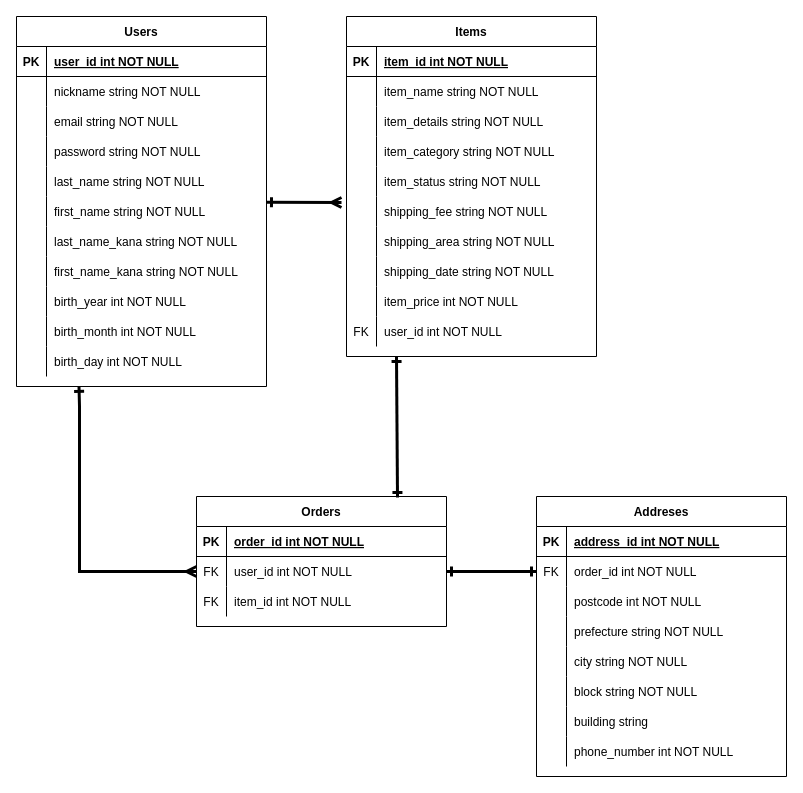
Earlier version of the draw.io diagram furima.dio (minori2109/furima-32518). Source tidied: cells renumbered, new cells numbered last; positions are measured from the earlier drawing's top-left corner, leaving out a move shared by most shapes. Both pictures are drawn from the tidied source at 100%, with x=0, y=0 at pixel (16, 16).
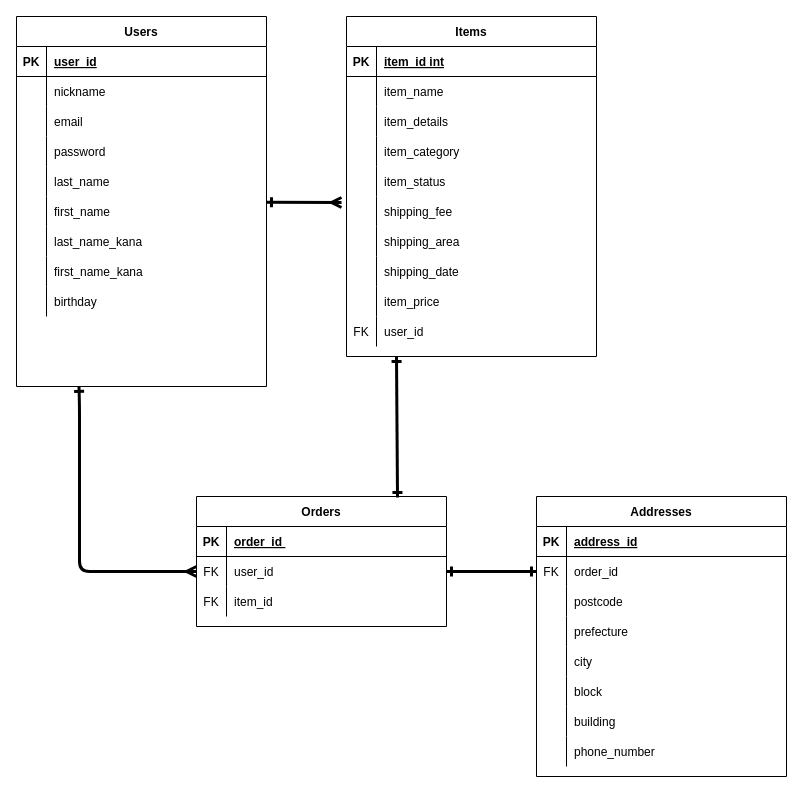
Above is the later version.

Commit message (it also covers changes not shown here):
usersテーブル修正

Unchanged cells that the change refers to:
```xml
<mxCell id="2" style="group;" parent="1" vertex="1">
<mxCell id="3" value="Orders" style="shape=table;startSize=30;childLayout=tableLayout;rowLines=0;fontStyle=1;align=center;" parent="2" vertex="1">
<mxCell id="4" style="shape=partialRectangle;fillColor=none;top=0;left=0;right=0;bottom=1;" parent="3" vertex="1">
<mxCell id="7" style="shape=partialRectangle;fillColor=none;points=[[0,0.5],[1,0.5]];portConstraint=eastwest;top=0;left=0;right=0;bottom=0;" parent="3" vertex="1">
<mxCell id="10" style="shape=partialRectangle;fillColor=none;top=0;left=0;right=0;bottom=0;" parent="3" vertex="1">
<mxCell id="14" style="shape=partialRectangle;fillColor=none;top=0;left=0;right=0;bottom=1;" parent="13" vertex="1">
<mxCell id="17" style="shape=partialRectangle;fillColor=none;points=[[0,0.5],[1,0.5]];portConstraint=eastwest;top=0;left=0;right=0;bottom=0;" parent="13" vertex="1">
<mxCell id="20" style="shape=partialRectangle;fillColor=none;top=0;left=0;right=0;bottom=0;" parent="13" vertex="1">
<mxCell id="23" style="shape=partialRectangle;fillColor=none;top=0;left=0;right=0;bottom=0;" parent="13" vertex="1">
<mxCell id="26" style="shape=partialRectangle;fillColor=none;top=0;left=0;right=0;bottom=0;" parent="13" vertex="1">
<mxCell id="29" style="shape=partialRectangle;fillColor=none;top=0;left=0;right=0;bottom=0;" parent="13" vertex="1">
<mxCell id="32" style="shape=partialRectangle;fillColor=none;top=0;left=0;right=0;bottom=0;" parent="13" vertex="1">
<mxCell id="35" style="shape=partialRectangle;fillColor=none;top=0;left=0;right=0;bottom=0;" parent="13" vertex="1">
<mxCell id="39" value="Users" style="shape=table;startSize=30;childLayout=tableLayout;rowLines=0;fontStyle=1;align=center;" parent="2" vertex="1">
<mxCell id="40" style="shape=partialRectangle;fillColor=none;top=0;left=0;right=0;bottom=1;" parent="39" vertex="1">
<mxCell id="43" style="shape=partialRectangle;fillColor=none;top=0;left=0;right=0;bottom=0;" parent="39" vertex="1">
<mxCell id="46" style="shape=partialRectangle;fillColor=none;top=0;left=0;right=0;bottom=0;" parent="39" vertex="1">
<mxCell id="49" style="shape=partialRectangle;fillColor=none;top=0;left=0;right=0;bottom=0;" parent="39" vertex="1">
<mxCell id="52" style="shape=partialRectangle;fillColor=none;top=0;left=0;right=0;bottom=0;" parent="39" vertex="1">
<mxCell id="55" style="shape=partialRectangle;fillColor=none;top=0;left=0;right=0;bottom=0;" parent="39" vertex="1">
<mxCell id="58" style="shape=partialRectangle;fillColor=none;top=0;left=0;right=0;bottom=0;" parent="39" vertex="1">
<mxCell id="61" style="shape=partialRectangle;fillColor=none;top=0;left=0;right=0;bottom=0;" parent="39" vertex="1">
<mxCell id="75" style="shape=partialRectangle;fillColor=none;top=0;left=0;right=0;bottom=1;" parent="74" vertex="1">
<mxCell id="78" style="shape=partialRectangle;fillColor=none;top=0;left=0;right=0;bottom=0;" parent="74" vertex="1">
<mxCell id="81" style="shape=partialRectangle;fillColor=none;top=0;left=0;right=0;bottom=0;" parent="74" vertex="1">
<mxCell id="84" style="shape=partialRectangle;fillColor=none;top=0;left=0;right=0;bottom=0;" parent="74" vertex="1">
<mxCell id="87" style="shape=partialRectangle;fillColor=none;top=0;left=0;right=0;bottom=0;" parent="74" vertex="1">
<mxCell id="90" style="shape=partialRectangle;fillColor=none;points=[[0,0.5],[1,0.5]];portConstraint=eastwest;top=0;left=0;right=0;bottom=0;" parent="74" vertex="1">
<mxCell id="93" style="shape=partialRectangle;fillColor=none;top=0;left=0;right=0;bottom=0;" parent="74" vertex="1">
<mxCell id="96" style="shape=partialRectangle;fillColor=none;top=0;left=0;right=0;bottom=0;" parent="74" vertex="1">
<mxCell id="99" style="shape=partialRectangle;fillColor=none;top=0;left=0;right=0;bottom=0;" parent="74" vertex="1">
<mxCell id="102" style="shape=partialRectangle;fillColor=none;top=0;left=0;right=0;bottom=0;" parent="74" vertex="1">
```

Change to the diagram source:
```diff
@@
-    <mxCell id="6" value="order_id int NOT NULL " style="shape=partialRectangle;overflow=hidden;fillColor=none;top=0;left=0;bottom=0;right=0;align=left;spacingLeft=6;fontStyle=5;" parent="4" vertex="1">
+    <mxCell id="6" value="order_id " style="shape=partialRectangle;overflow=hidden;fillColor=none;top=0;left=0;bottom=0;right=0;align=left;spacingLeft=6;fontStyle=5;" parent="4" vertex="1">
       <mxGeometry x="30" width="220" height="30" as="geometry" />
     </mxCell>
@@
-    <mxCell id="9" value="user_id int NOT NULL" style="shape=partialRectangle;overflow=hidden;fillColor=none;top=0;left=0;bottom=0;right=0;align=left;spacingLeft=6;" parent="7" vertex="1">
+    <mxCell id="9" value="user_id " style="shape=partialRectangle;overflow=hidden;fillColor=none;top=0;left=0;bottom=0;right=0;align=left;spacingLeft=6;" parent="7" vertex="1">
       <mxGeometry x="30" width="220" height="30" as="geometry" />
     </mxCell>
@@
-    <mxCell id="12" value="item_id int NOT NULL" style="shape=partialRectangle;overflow=hidden;fillColor=none;top=0;left=0;bottom=0;right=0;align=left;spacingLeft=6;" parent="10" vertex="1">
+    <mxCell id="12" value="item_id " style="shape=partialRectangle;overflow=hidden;fillColor=none;top=0;left=0;bottom=0;right=0;align=left;spacingLeft=6;" parent="10" vertex="1">
       <mxGeometry x="30" width="220" height="30" as="geometry" />
     </mxCell>
-    <mxCell id="13" value="Addreses" style="shape=table;startSize=30;childLayout=tableLayout;rowLines=0;fontStyle=1;align=center;" parent="2" vertex="1">
+    <mxCell id="13" value="Addresses" style="shape=table;startSize=30;childLayout=tableLayout;rowLines=0;fontStyle=1;align=center;" parent="2" vertex="1">
       <mxGeometry x="520" y="480" width="250" height="280" as="geometry" />
     </mxCell>
@@
-    <mxCell id="16" value="address_id int NOT NULL " style="shape=partialRectangle;overflow=hidden;fillColor=none;top=0;left=0;bottom=0;right=0;align=left;spacingLeft=6;fontStyle=5;" parent="14" vertex="1">
+    <mxCell id="16" value="address_id" style="shape=partialRectangle;overflow=hidden;fillColor=none;top=0;left=0;bottom=0;right=0;align=left;spacingLeft=6;fontStyle=5;" parent="14" vertex="1">
       <mxGeometry x="30" width="220" height="30" as="geometry" />
     </mxCell>
@@
-    <mxCell id="19" value="order_id int NOT NULL" style="shape=partialRectangle;overflow=hidden;fillColor=none;top=0;left=0;bottom=0;right=0;align=left;spacingLeft=6;" parent="17" vertex="1">
+    <mxCell id="19" value="order_id " style="shape=partialRectangle;overflow=hidden;fillColor=none;top=0;left=0;bottom=0;right=0;align=left;spacingLeft=6;" parent="17" vertex="1">
       <mxGeometry x="30" width="220" height="30" as="geometry" />
     </mxCell>
@@
-    <mxCell id="22" value="postcode int NOT NULL" style="shape=partialRectangle;overflow=hidden;fillColor=none;top=0;left=0;bottom=0;right=0;align=left;spacingLeft=6;" parent="20" vertex="1">
+    <mxCell id="22" value="postcode " style="shape=partialRectangle;overflow=hidden;fillColor=none;top=0;left=0;bottom=0;right=0;align=left;spacingLeft=6;" parent="20" vertex="1">
       <mxGeometry x="30" width="220" height="30" as="geometry" />
     </mxCell>
@@
-    <mxCell id="25" value="prefecture string NOT NULL" style="shape=partialRectangle;overflow=hidden;fillColor=none;top=0;left=0;bottom=0;right=0;align=left;spacingLeft=6;" parent="23" vertex="1">
+    <mxCell id="25" value="prefecture " style="shape=partialRectangle;overflow=hidden;fillColor=none;top=0;left=0;bottom=0;right=0;align=left;spacingLeft=6;" parent="23" vertex="1">
       <mxGeometry x="30" width="220" height="30" as="geometry" />
     </mxCell>
@@
-    <mxCell id="28" value="city string NOT NULL" style="shape=partialRectangle;overflow=hidden;fillColor=none;top=0;left=0;bottom=0;right=0;align=left;spacingLeft=6;" parent="26" vertex="1">
+    <mxCell id="28" value="city " style="shape=partialRectangle;overflow=hidden;fillColor=none;top=0;left=0;bottom=0;right=0;align=left;spacingLeft=6;" parent="26" vertex="1">
       <mxGeometry x="30" width="220" height="30" as="geometry" />
     </mxCell>
@@
-    <mxCell id="31" value="block string NOT NULL" style="shape=partialRectangle;overflow=hidden;fillColor=none;top=0;left=0;bottom=0;right=0;align=left;spacingLeft=6;" parent="29" vertex="1">
+    <mxCell id="31" value="block " style="shape=partialRectangle;overflow=hidden;fillColor=none;top=0;left=0;bottom=0;right=0;align=left;spacingLeft=6;" parent="29" vertex="1">
       <mxGeometry x="30" width="220" height="30" as="geometry" />
     </mxCell>
@@
-    <mxCell id="34" value="building string" style="shape=partialRectangle;overflow=hidden;fillColor=none;top=0;left=0;bottom=0;right=0;align=left;spacingLeft=6;" parent="32" vertex="1">
+    <mxCell id="34" value="building" style="shape=partialRectangle;overflow=hidden;fillColor=none;top=0;left=0;bottom=0;right=0;align=left;spacingLeft=6;" parent="32" vertex="1">
       <mxGeometry x="30" width="220" height="30" as="geometry" />
     </mxCell>
@@
-    <mxCell id="37" value="phone_number int NOT NULL" style="shape=partialRectangle;overflow=hidden;fillColor=none;top=0;left=0;bottom=0;right=0;align=left;spacingLeft=6;" parent="35" vertex="1">
+    <mxCell id="37" value="phone_number " style="shape=partialRectangle;overflow=hidden;fillColor=none;top=0;left=0;bottom=0;right=0;align=left;spacingLeft=6;" parent="35" vertex="1">
       <mxGeometry x="30" width="220" height="30" as="geometry" />
     </mxCell>
-    <mxCell id="38" style="edgeStyle=none;rounded=0;jettySize=auto;html=1;exitX=0.25;exitY=1;exitDx=0;exitDy=0;entryX=0;entryY=0.5;entryDx=0;entryDy=0;endArrow=ERmany;endFill=0;startArrow=ERone;startFill=0;strokeWidth=3;" parent="2" edge="1" source="39" target="7">
+    <mxCell id="38" style="edgeStyle=none;jettySize=auto;html=1;exitX=0.25;exitY=1;exitDx=0;exitDy=0;entryX=0;entryY=0.5;entryDx=0;entryDy=0;endArrow=ERmany;endFill=0;startArrow=ERone;startFill=0;strokeWidth=3;" parent="2" edge="1" source="39" target="7">
       <mxGeometry relative="1" as="geometry">
         <Array as="points">
           <mxPoint x="63" y="390" />
           <mxPoint x="63" y="555" />
         </Array>
       </mxGeometry>
     </mxCell>
@@
-    <mxCell id="42" value="user_id int NOT NULL " style="shape=partialRectangle;overflow=hidden;fillColor=none;top=0;left=0;bottom=0;right=0;align=left;spacingLeft=6;fontStyle=5;" parent="40" vertex="1">
+    <mxCell id="42" value="user_id" style="shape=partialRectangle;overflow=hidden;fillColor=none;top=0;left=0;bottom=0;right=0;align=left;spacingLeft=6;fontStyle=5;" parent="40" vertex="1">
       <mxGeometry x="30" width="220" height="30" as="geometry" />
     </mxCell>
@@
-    <mxCell id="45" value="nickname string NOT NULL" style="shape=partialRectangle;overflow=hidden;fillColor=none;top=0;left=0;bottom=0;right=0;align=left;spacingLeft=6;" parent="43" vertex="1">
+    <mxCell id="45" value="nickname" style="shape=partialRectangle;overflow=hidden;fillColor=none;top=0;left=0;bottom=0;right=0;align=left;spacingLeft=6;" parent="43" vertex="1">
       <mxGeometry x="30" width="220" height="30" as="geometry" />
     </mxCell>
@@
-    <mxCell id="48" value="email string NOT NULL" style="shape=partialRectangle;overflow=hidden;fillColor=none;top=0;left=0;bottom=0;right=0;align=left;spacingLeft=6;" parent="46" vertex="1">
+    <mxCell id="48" value="email " style="shape=partialRectangle;overflow=hidden;fillColor=none;top=0;left=0;bottom=0;right=0;align=left;spacingLeft=6;" parent="46" vertex="1">
       <mxGeometry x="30" width="220" height="30" as="geometry" />
     </mxCell>
@@
-    <mxCell id="51" value="password string NOT NULL" style="shape=partialRectangle;overflow=hidden;fillColor=none;top=0;left=0;bottom=0;right=0;align=left;spacingLeft=6;" parent="49" vertex="1">
+    <mxCell id="51" value="password" style="shape=partialRectangle;overflow=hidden;fillColor=none;top=0;left=0;bottom=0;right=0;align=left;spacingLeft=6;" parent="49" vertex="1">
       <mxGeometry x="30" width="220" height="30" as="geometry" />
     </mxCell>
@@
-    <mxCell id="54" value="last_name string NOT NULL" style="shape=partialRectangle;overflow=hidden;fillColor=none;top=0;left=0;bottom=0;right=0;align=left;spacingLeft=6;" parent="52" vertex="1">
+    <mxCell id="54" value="last_name" style="shape=partialRectangle;overflow=hidden;fillColor=none;top=0;left=0;bottom=0;right=0;align=left;spacingLeft=6;" parent="52" vertex="1">
       <mxGeometry x="30" width="220" height="30" as="geometry" />
     </mxCell>
@@
-    <mxCell id="57" value="first_name string NOT NULL" style="shape=partialRectangle;overflow=hidden;fillColor=none;top=0;left=0;bottom=0;right=0;align=left;spacingLeft=6;" parent="55" vertex="1">
+    <mxCell id="57" value="first_name" style="shape=partialRectangle;overflow=hidden;fillColor=none;top=0;left=0;bottom=0;right=0;align=left;spacingLeft=6;" parent="55" vertex="1">
       <mxGeometry x="30" width="220" height="30" as="geometry" />
     </mxCell>
@@
-    <mxCell id="60" value="last_name_kana string NOT NULL" style="shape=partialRectangle;overflow=hidden;fillColor=none;top=0;left=0;bottom=0;right=0;align=left;spacingLeft=6;" parent="58" vertex="1">
+    <mxCell id="60" value="last_name_kana" style="shape=partialRectangle;overflow=hidden;fillColor=none;top=0;left=0;bottom=0;right=0;align=left;spacingLeft=6;" parent="58" vertex="1">
       <mxGeometry x="30" width="220" height="30" as="geometry" />
     </mxCell>
@@
-    <mxCell id="63" value="first_name_kana string NOT NULL" style="shape=partialRectangle;overflow=hidden;fillColor=none;top=0;left=0;bottom=0;right=0;align=left;spacingLeft=6;" parent="61" vertex="1">
+    <mxCell id="63" value="first_name_kana" style="shape=partialRectangle;overflow=hidden;fillColor=none;top=0;left=0;bottom=0;right=0;align=left;spacingLeft=6;" parent="61" vertex="1">
       <mxGeometry x="30" width="220" height="30" as="geometry" />
     </mxCell>
-    <mxCell id="64" style="shape=partialRectangle;fillColor=none;top=0;left=0;right=0;bottom=0;" parent="39" vertex="1">
-      <mxGeometry y="270" width="250" height="30" as="geometry" />
-    </mxCell>
-    <mxCell id="65" style="shape=partialRectangle;overflow=hidden;fillColor=none;top=0;left=0;bottom=0;right=0;" parent="64" vertex="1">
-      <mxGeometry width="30" height="30" as="geometry" />
-    </mxCell>
-    <mxCell id="66" value="birth_year int NOT NULL" style="shape=partialRectangle;overflow=hidden;fillColor=none;top=0;left=0;bottom=0;right=0;align=left;spacingLeft=6;" parent="64" vertex="1">
-      <mxGeometry x="30" width="220" height="30" as="geometry" />
-    </mxCell>
-    <mxCell id="67" style="shape=partialRectangle;fillColor=none;top=0;left=0;right=0;bottom=0;" parent="39" vertex="1">
-      <mxGeometry y="300" width="250" height="30" as="geometry" />
-    </mxCell>
-    <mxCell id="68" style="shape=partialRectangle;overflow=hidden;fillColor=none;top=0;left=0;bottom=0;right=0;" parent="67" vertex="1">
-      <mxGeometry width="30" height="30" as="geometry" />
-    </mxCell>
-    <mxCell id="69" value="birth_month int NOT NULL" style="shape=partialRectangle;overflow=hidden;fillColor=none;top=0;left=0;bottom=0;right=0;align=left;spacingLeft=6;" parent="67" vertex="1">
-      <mxGeometry x="30" width="220" height="30" as="geometry" />
-    </mxCell>
     <mxCell id="70" style="shape=partialRectangle;fillColor=none;top=0;left=0;right=0;bottom=0;" parent="39" vertex="1">
-      <mxGeometry y="330" width="250" height="30" as="geometry" />
+      <mxGeometry y="270" width="250" height="30" as="geometry" />
     </mxCell>
@@
-    <mxCell id="72" value="birth_day int NOT NULL" style="shape=partialRectangle;overflow=hidden;fillColor=none;top=0;left=0;bottom=0;right=0;align=left;spacingLeft=6;" parent="70" vertex="1">
+    <mxCell id="72" value="birthday" style="shape=partialRectangle;overflow=hidden;fillColor=none;top=0;left=0;bottom=0;right=0;align=left;spacingLeft=6;" parent="70" vertex="1">
       <mxGeometry x="30" width="220" height="30" as="geometry" />
     </mxCell>
-    <mxCell id="73" style="edgeStyle=none;rounded=0;jettySize=auto;html=1;startArrow=ERone;startFill=0;endArrow=ERone;endFill=0;entryX=0.804;entryY=0.008;entryDx=0;entryDy=0;entryPerimeter=0;strokeWidth=3;" parent="2" edge="1" target="3">
+    <mxCell id="73" style="edgeStyle=none;jettySize=auto;html=1;startArrow=ERone;startFill=0;endArrow=ERone;endFill=0;entryX=0.804;entryY=0.008;entryDx=0;entryDy=0;entryPerimeter=0;strokeWidth=3;" parent="2" edge="1" target="3">
       <mxGeometry relative="1" as="geometry">
         <mxPoint x="380" y="340" as="sourcePoint" />
       </mxGeometry>
     </mxCell>
@@
-    <mxCell id="77" value="item_id int NOT NULL " style="shape=partialRectangle;overflow=hidden;fillColor=none;top=0;left=0;bottom=0;right=0;align=left;spacingLeft=6;fontStyle=5;" parent="75" vertex="1">
+    <mxCell id="77" value="item_id int" style="shape=partialRectangle;overflow=hidden;fillColor=none;top=0;left=0;bottom=0;right=0;align=left;spacingLeft=6;fontStyle=5;" parent="75" vertex="1">
       <mxGeometry x="30" width="220" height="30" as="geometry" />
     </mxCell>
@@
-    <mxCell id="80" value="item_name string NOT NULL" style="shape=partialRectangle;overflow=hidden;fillColor=none;top=0;left=0;bottom=0;right=0;align=left;spacingLeft=6;" parent="78" vertex="1">
+    <mxCell id="80" value="item_name" style="shape=partialRectangle;overflow=hidden;fillColor=none;top=0;left=0;bottom=0;right=0;align=left;spacingLeft=6;" parent="78" vertex="1">
       <mxGeometry x="30" width="220" height="30" as="geometry" />
     </mxCell>
@@
-    <mxCell id="83" value="item_details string NOT NULL" style="shape=partialRectangle;overflow=hidden;fillColor=none;top=0;left=0;bottom=0;right=0;align=left;spacingLeft=6;" parent="81" vertex="1">
+    <mxCell id="83" value="item_details" style="shape=partialRectangle;overflow=hidden;fillColor=none;top=0;left=0;bottom=0;right=0;align=left;spacingLeft=6;" parent="81" vertex="1">
       <mxGeometry x="30" width="220" height="30" as="geometry" />
     </mxCell>
@@
-    <mxCell id="86" value="item_category string NOT NULL" style="shape=partialRectangle;overflow=hidden;fillColor=none;top=0;left=0;bottom=0;right=0;align=left;spacingLeft=6;" parent="84" vertex="1">
+    <mxCell id="86" value="item_category " style="shape=partialRectangle;overflow=hidden;fillColor=none;top=0;left=0;bottom=0;right=0;align=left;spacingLeft=6;" parent="84" vertex="1">
       <mxGeometry x="30" width="220" height="30" as="geometry" />
     </mxCell>
@@
-    <mxCell id="89" value="item_status string NOT NULL" style="shape=partialRectangle;overflow=hidden;fillColor=none;top=0;left=0;bottom=0;right=0;align=left;spacingLeft=6;" parent="87" vertex="1">
+    <mxCell id="89" value="item_status" style="shape=partialRectangle;overflow=hidden;fillColor=none;top=0;left=0;bottom=0;right=0;align=left;spacingLeft=6;" parent="87" vertex="1">
       <mxGeometry x="30" width="220" height="30" as="geometry" />
     </mxCell>
@@
-    <mxCell id="92" value="shipping_fee string NOT NULL" style="shape=partialRectangle;overflow=hidden;fillColor=none;top=0;left=0;bottom=0;right=0;align=left;spacingLeft=6;" parent="90" vertex="1">
+    <mxCell id="92" value="shipping_fee " style="shape=partialRectangle;overflow=hidden;fillColor=none;top=0;left=0;bottom=0;right=0;align=left;spacingLeft=6;" parent="90" vertex="1">
       <mxGeometry x="30" width="220" height="30" as="geometry" />
     </mxCell>
@@
-    <mxCell id="95" value="shipping_area string NOT NULL" style="shape=partialRectangle;overflow=hidden;fillColor=none;top=0;left=0;bottom=0;right=0;align=left;spacingLeft=6;" parent="93" vertex="1">
+    <mxCell id="95" value="shipping_area" style="shape=partialRectangle;overflow=hidden;fillColor=none;top=0;left=0;bottom=0;right=0;align=left;spacingLeft=6;" parent="93" vertex="1">
       <mxGeometry x="30" width="220" height="30" as="geometry" />
     </mxCell>
@@
-    <mxCell id="98" value="shipping_date string NOT NULL" style="shape=partialRectangle;overflow=hidden;fillColor=none;top=0;left=0;bottom=0;right=0;align=left;spacingLeft=6;" parent="96" vertex="1">
+    <mxCell id="98" value="shipping_date" style="shape=partialRectangle;overflow=hidden;fillColor=none;top=0;left=0;bottom=0;right=0;align=left;spacingLeft=6;" parent="96" vertex="1">
       <mxGeometry x="30" width="220" height="30" as="geometry" />
     </mxCell>
@@
-    <mxCell id="101" value="item_price int NOT NULL" style="shape=partialRectangle;overflow=hidden;fillColor=none;top=0;left=0;bottom=0;right=0;align=left;spacingLeft=6;" parent="99" vertex="1">
+    <mxCell id="101" value="item_price " style="shape=partialRectangle;overflow=hidden;fillColor=none;top=0;left=0;bottom=0;right=0;align=left;spacingLeft=6;" parent="99" vertex="1">
       <mxGeometry x="30" width="220" height="30" as="geometry" />
     </mxCell>
@@
-    <mxCell id="104" value="user_id int NOT NULL" style="shape=partialRectangle;overflow=hidden;fillColor=none;top=0;left=0;bottom=0;right=0;align=left;spacingLeft=6;" parent="102" vertex="1">
+    <mxCell id="104" value="user_id" style="shape=partialRectangle;overflow=hidden;fillColor=none;top=0;left=0;bottom=0;right=0;align=left;spacingLeft=6;" parent="102" vertex="1">
       <mxGeometry x="30" width="220" height="30" as="geometry" />
     </mxCell>
-    <mxCell id="105" style="edgeStyle=none;rounded=0;jettySize=auto;html=1;entryX=-0.02;entryY=0.2;entryDx=0;entryDy=0;entryPerimeter=0;startArrow=ERone;startFill=0;endArrow=ERmany;endFill=0;strokeWidth=3;" parent="2" edge="1" source="39" target="90">
+    <mxCell id="105" style="edgeStyle=none;jettySize=auto;html=1;entryX=-0.02;entryY=0.2;entryDx=0;entryDy=0;entryPerimeter=0;startArrow=ERone;startFill=0;endArrow=ERmany;endFill=0;strokeWidth=3;" parent="2" edge="1" source="39" target="90">
       <mxGeometry relative="1" as="geometry" />
     </mxCell>
-    <mxCell id="106" style="edgeStyle=none;rounded=0;jettySize=auto;html=1;exitX=1;exitY=0.5;exitDx=0;exitDy=0;entryX=0;entryY=0.5;entryDx=0;entryDy=0;startArrow=ERone;startFill=0;endArrow=ERone;endFill=0;strokeWidth=3;" parent="2" edge="1" source="7" target="17">
+    <mxCell id="106" style="edgeStyle=none;jettySize=auto;html=1;exitX=1;exitY=0.5;exitDx=0;exitDy=0;entryX=0;entryY=0.5;entryDx=0;entryDy=0;startArrow=ERone;startFill=0;endArrow=ERone;endFill=0;strokeWidth=3;" parent="2" edge="1" source="7" target="17">
       <mxGeometry relative="1" as="geometry" />
     </mxCell>
```
